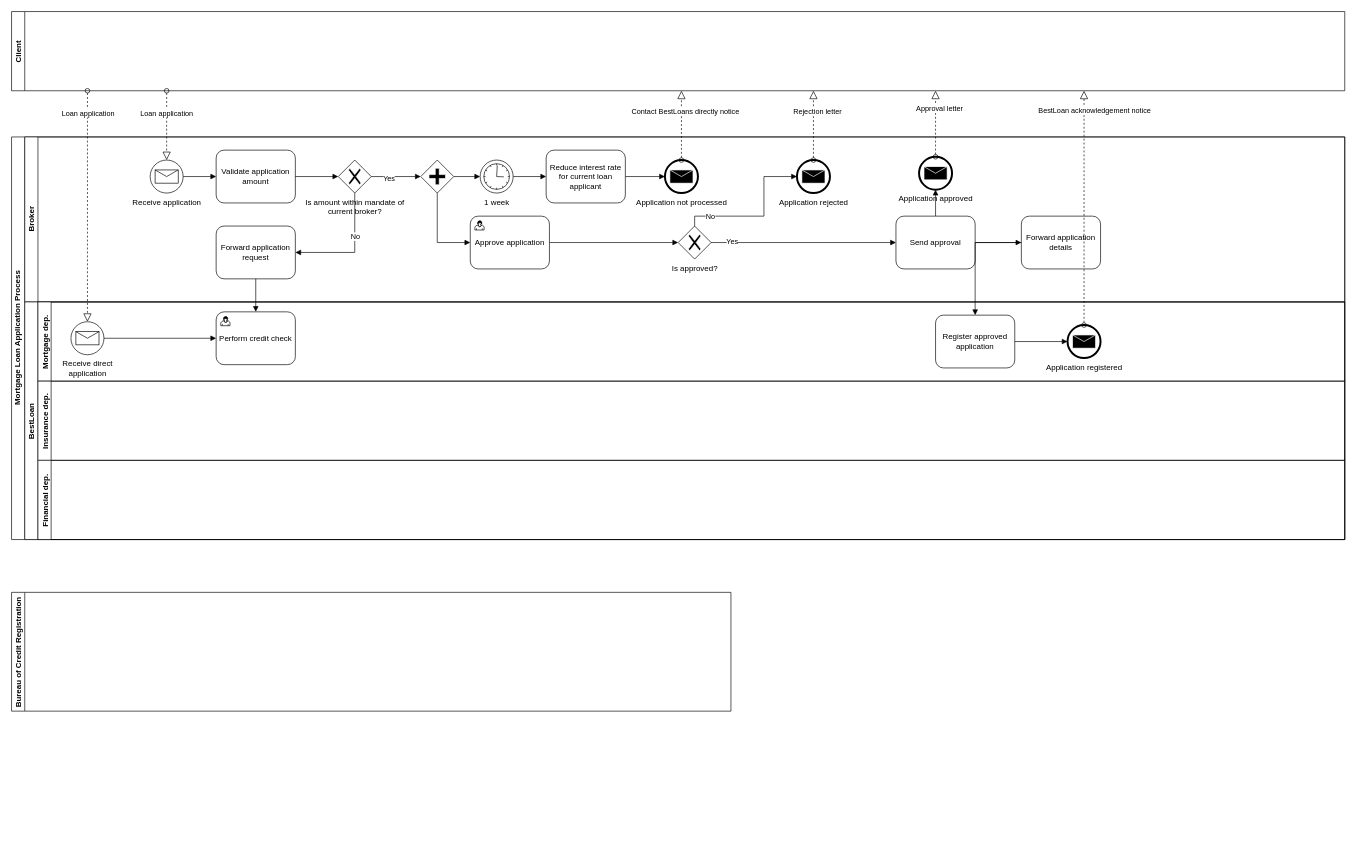
This is mortgage_loan_process.drawio from gullskatten/BPMN-models, a draw.io file, before an edit. Source tidied: cells renumbered, new cells numbered last; positions are measured from the earlier drawing's top-left corner, leaving out a move shared by most shapes. Both pictures are drawn from the tidied source at 66%, with x=0, y=0 at pixel (11, 11).
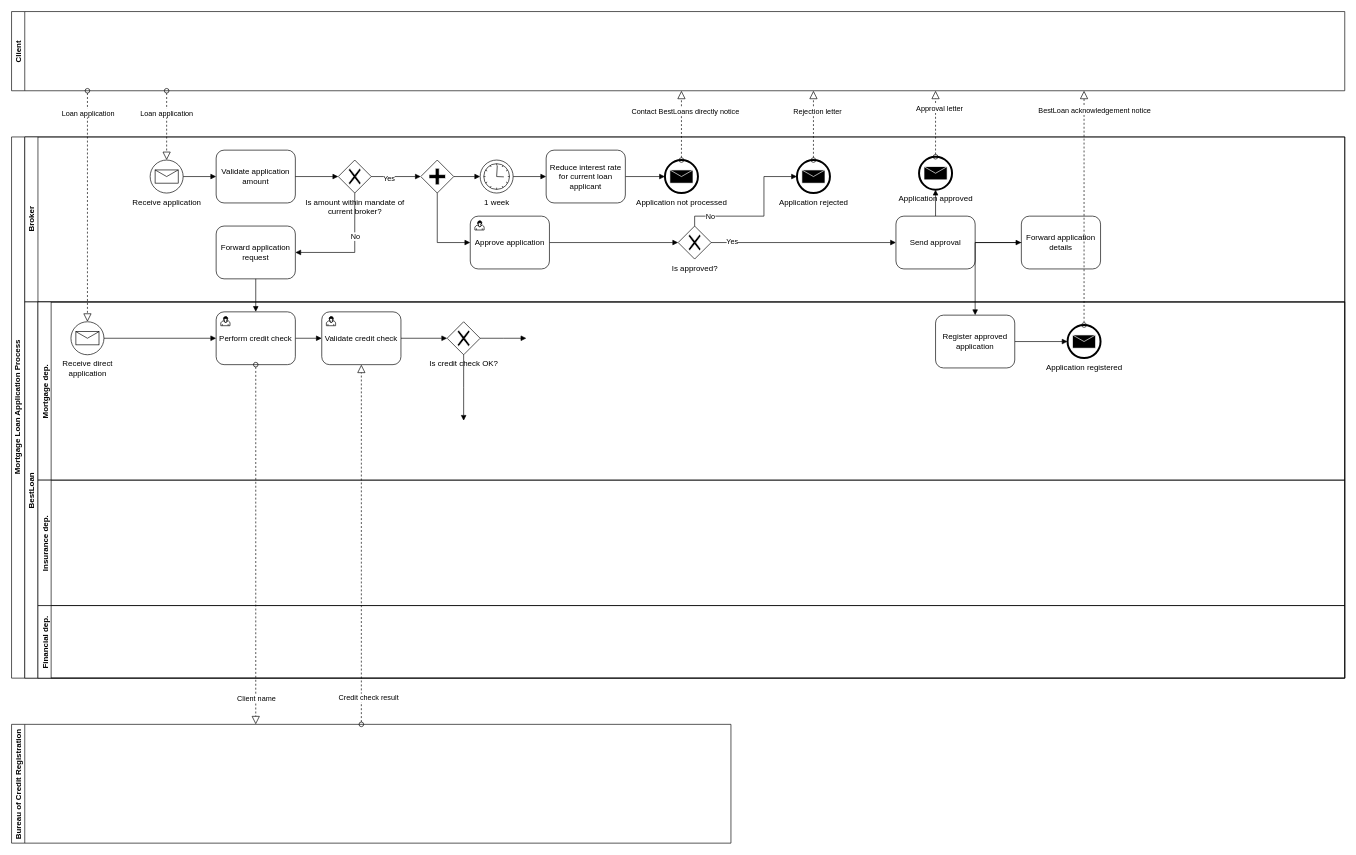
Above is the later version.

The change refers to these unchanged cells:
```xml
<mxCell id="45" value="Perform credit check" style="html=1;whiteSpace=wrap;rounded=1;" parent="39" vertex="1">
  <mxGeometry x="270" y="15" width="120" height="80" as="geometry" />
</mxCell>
```

The edit, as a diff of the source:
```diff
@@
     <mxCell id="2" value="Bureau of Credit Registration" style="swimlane;startSize=20;horizontal=0;" parent="1" vertex="1">
-      <mxGeometry y="880" width="1090" height="180" as="geometry" />
+      <mxGeometry y="1080" width="1090" height="180" as="geometry" />
     </mxCell>
@@
     <mxCell id="4" value="Mortgage Loan Application Process" style="swimlane;html=1;horizontal=0;startSize=20;" parent="1" vertex="1">
-      <mxGeometry y="190" width="2020" height="610" as="geometry" />
+      <mxGeometry y="190" width="2020" height="820" as="geometry" />
     </mxCell>
@@
     <mxCell id="38" value="BestLoan" style="swimlane;startSize=20;horizontal=0;" parent="4" vertex="1">
-      <mxGeometry x="20" y="250" width="2000" height="360" as="geometry" />
+      <mxGeometry x="20" y="250" width="2000" height="570" as="geometry" />
     </mxCell>
     <mxCell id="39" value="Mortgage dep." style="swimlane;startSize=20;horizontal=0;" parent="38" vertex="1">
-      <mxGeometry x="20" width="1980" height="120" as="geometry" />
+      <mxGeometry x="20" width="1980" height="270" as="geometry" />
     </mxCell>
@@
+    <mxCell id="63" style="edgeStyle=orthogonalEdgeStyle;rounded=0;jettySize=auto;html=1;entryX=0;entryY=0.5;entryDx=0;entryDy=0;endArrow=block;endFill=1;" parent="39" edge="1" source="64" target="66">
+      <mxGeometry relative="1" as="geometry" />
+    </mxCell>
+    <mxCell id="64" value="Validate credit check" style="html=1;whiteSpace=wrap;rounded=1;" parent="39" vertex="1">
+      <mxGeometry x="430" y="15" width="120" height="80" as="geometry" />
+    </mxCell>
+    <mxCell id="65" style="html=1;shape=mxgraph.bpmn.user_task;" parent="64" vertex="1">
+      <mxGeometry width="14" height="14" relative="1" as="geometry">
+        <mxPoint x="7" y="7" as="offset" />
+      </mxGeometry>
+    </mxCell>
@@
+    <mxCell id="66" value="Is credit check OK?" style="shape=mxgraph.bpmn.shape;html=1;verticalLabelPosition=bottom;labelBackgroundColor=#ffffff;verticalAlign=top;align=center;perimeter=rhombusPerimeter;background=gateway;outlineConnect=0;outline=none;symbol=exclusiveGw;" parent="39" vertex="1">
+      <mxGeometry x="620" y="30" width="50" height="50" as="geometry" />
+    </mxCell>
@@
+    <mxCell id="67" style="edgeStyle=orthogonalEdgeStyle;rounded=0;jettySize=auto;html=1;entryX=0;entryY=0.5;entryDx=0;entryDy=0;endArrow=block;endFill=1;" parent="39" edge="1" source="45" target="64">
+      <mxGeometry relative="1" as="geometry" />
+    </mxCell>
@@
-    <mxCell id="47" value="Insurance dep." style="swimlane;startSize=20;horizontal=0;" parent="39" vertex="1">
-      <mxGeometry y="120" width="1980" height="120" as="geometry" />
-    </mxCell>
-    <mxCell id="48" value="Financial dep." style="swimlane;startSize=20;horizontal=0;" parent="47" vertex="1">
-      <mxGeometry y="120" width="1980" height="120" as="geometry" />
+    <mxCell id="48" value="Financial dep." style="swimlane;startSize=20;horizontal=0;" parent="38" vertex="1">
+      <mxGeometry x="20" y="460" width="1980" height="110" as="geometry" />
     </mxCell>
@@
+    <mxCell id="68" style="startArrow=oval;startFill=0;startSize=7;endArrow=block;endFill=0;endSize=10;dashed=1;html=1;exitX=0.5;exitY=1;exitDx=0;exitDy=0;" parent="1" edge="1" source="45">
+      <mxGeometry relative="1" as="geometry">
+        <mxPoint x="370" y="1080" as="targetPoint" />
+      </mxGeometry>
+    </mxCell>
+    <mxCell id="69" value="Client name" style="edgeLabel;html=1;align=center;verticalAlign=middle;" parent="68" vertex="1">
+      <mxGeometry x="-0.37" y="-1" relative="1" as="geometry">
+        <mxPoint x="1" y="333.3" as="offset" />
+      </mxGeometry>
+    </mxCell>
+    <mxCell id="70" style="startArrow=oval;startFill=0;startSize=7;endArrow=block;endFill=0;endSize=10;dashed=1;html=1;entryX=0.5;entryY=1;entryDx=0;entryDy=0;" parent="1" edge="1" target="64">
+      <mxGeometry relative="1" as="geometry">
+        <mxPoint x="530" y="1080" as="sourcePoint" />
+      </mxGeometry>
+    </mxCell>
+    <mxCell id="71" value="Credit check result" style="edgeLabel;html=1;align=center;verticalAlign=middle;" parent="70" vertex="1">
+      <mxGeometry x="-0.37" y="-1" relative="1" as="geometry">
+        <mxPoint x="9" y="131.7" as="offset" />
+      </mxGeometry>
+    </mxCell>
+    <mxCell id="47" value="Insurance dep." style="swimlane;startSize=20;horizontal=0;" parent="1" vertex="1">
+      <mxGeometry x="40" y="710" width="1980" height="190" as="geometry" />
+    </mxCell>
+    <mxCell id="72" style="edgeStyle=orthogonalEdgeStyle;rounded=0;jettySize=auto;html=1;endArrow=block;endFill=1;" parent="1" edge="1" source="66">
+      <mxGeometry relative="1" as="geometry">
+        <mxPoint x="685" y="620" as="targetPoint" />
+      </mxGeometry>
+    </mxCell>
+    <mxCell id="73" style="edgeStyle=orthogonalEdgeStyle;rounded=0;jettySize=auto;html=1;endArrow=block;endFill=1;" parent="1" edge="1" source="66">
+      <mxGeometry relative="1" as="geometry">
+        <mxPoint x="780" y="495" as="targetPoint" />
+      </mxGeometry>
+    </mxCell>
```
